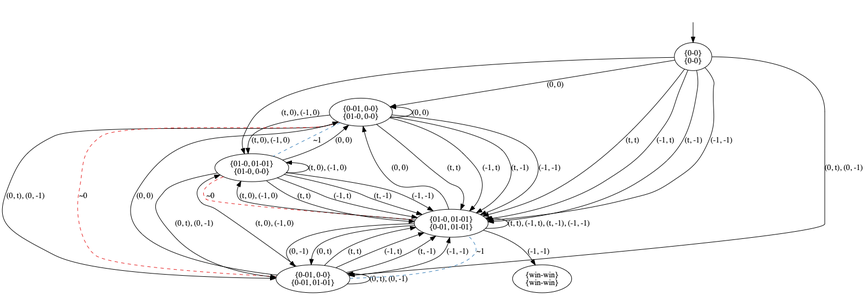
Above: pictures/GK2.png in olandr/mkbsc (Graphviz), before the change. Its source is kept beside it as pictures/GK2.dot.
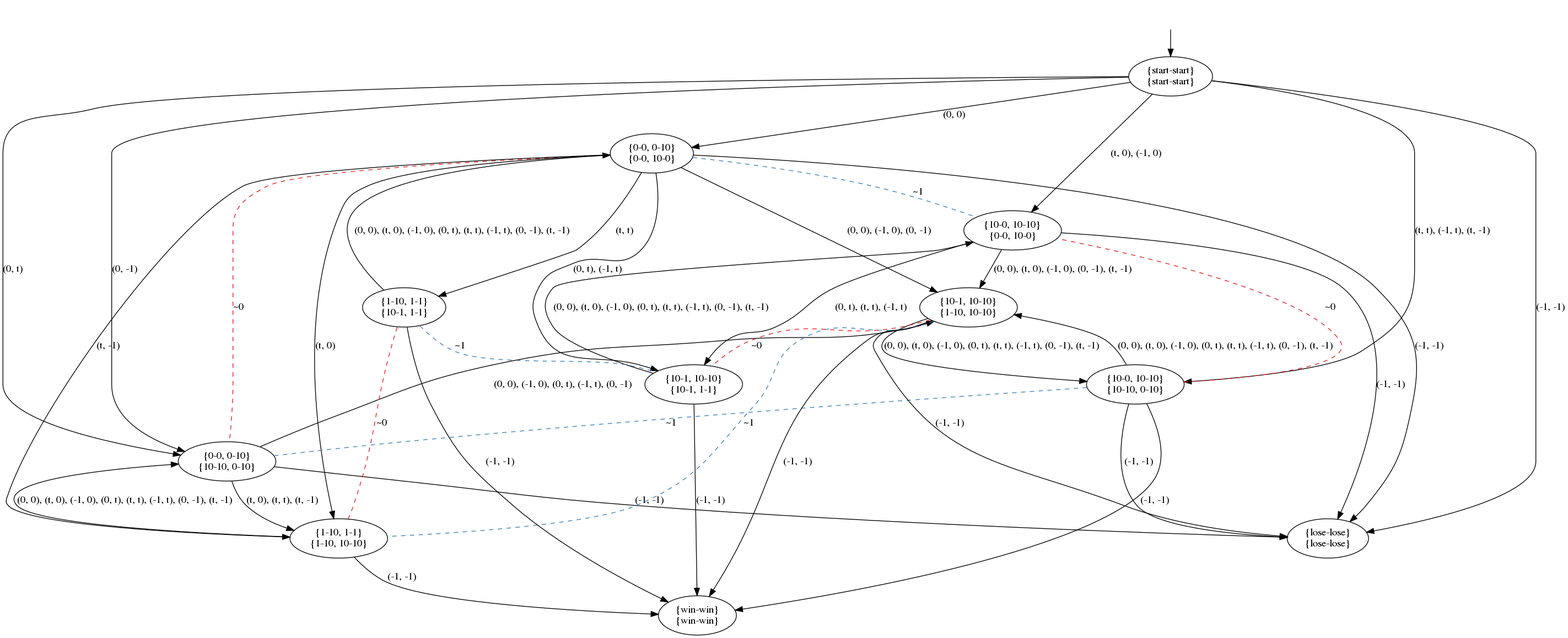
Later version of the same file.

Diff of the diagram source:
```diff
@@ -3,50 +3,55 @@
 nodesep=0.5;
 ranksep=0.5;
 splines=True;
-4586271632 [label="{0-0}\n{0-0}"];
-4586271240 [label="{0-01, 0-0}\n{01-0, 0-0}"];
-4586272472 [label="{01-0, 01-01}\n{01-0, 0-0}"];
-4586271520 [label="{0-01, 0-0}\n{0-01, 01-01}"];
-4586271856 [label="{01-0, 01-01}\n{0-01, 01-01}"];
-4587183016 [label="{win-win}\n{win-win}"];
+140638937694160 [label="{start-start}\n{start-start}"];
+140638937693880 [label="{0-0, 0-10}\n{0-0, 10-0}"];
+140638937694048 [label="{10-0, 10-10}\n{0-0, 10-0}"];
+140638937693656 [label="{0-0, 0-10}\n{10-10, 0-10}"];
+140638937693824 [label="{10-0, 10-10}\n{10-10, 0-10}"];
+140638937690184 [label="{lose-lose}\n{lose-lose}"];
+140638937685912 [label="{10-1, 10-10}\n{1-10, 10-10}"];
+140638937684848 [label="{1-10, 1-1}\n{1-10, 10-10}"];
+140638937684680 [label="{10-1, 10-10}\n{10-1, 1-1}"];
+140638937685688 [label="{1-10, 1-1}\n{10-1, 1-1}"];
+140638937960632 [label="{win-win}\n{win-win}"];
 hidden [label="", shape=none];
-4586271632 -> 4586271240  [action="('0', '0')", key="('0', '0')", label="(0, 0)"];
-4586271632 -> 4586271856  [action="('t', 't')", key="('t', 't')", label="(t, t)"];
-4586271632 -> 4586271856  [action="('-1', 't')", key="('-1', 't')", label="(-1, t)"];
-4586271632 -> 4586271856  [action="('t', '-1')", key="('t', '-1')", label="(t, -1)"];
-4586271632 -> 4586271856  [action="('-1', '-1')", key="('-1', '-1')", label="(-1, -1)"];
-4586271632 -> 4586272472  [action="(('t', '0'), ('-1', '0'))", key="(('t', '0'), ('-1', '0'))", label="(t, 0), (-1, 0)"];
-4586271632 -> 4586271520  [action="(('0', 't'), ('0', '-1'))", key="(('0', 't'), ('0', '-1'))", label="(0, t), (0, -1)"];
-4586271240 -> 4586271240  [action="('0', '0')", dir=back, key="('0', '0')", label="(0, 0)"];
-4586271240 -> 4586271856  [action="('t', 't')", key="('t', 't')", label="(t, t)"];
-4586271240 -> 4586271856  [action="('-1', 't')", key="('-1', 't')", label="(-1, t)"];
-4586271240 -> 4586271856  [action="('t', '-1')", key="('t', '-1')", label="(t, -1)"];
-4586271240 -> 4586271856  [action="('-1', '-1')", key="('-1', '-1')", label="(-1, -1)"];
-4586271240 -> 4586272472  [action="(('t', '0'), ('-1', '0'))", key="(('t', '0'), ('-1', '0'))", label="(t, 0), (-1, 0)"];
-4586271240 -> 4586272472  [arrowhead=none, color=2, colorscheme=set19, constraint=True, key=1, label="~1", style=dashed];
-4586271240 -> 4586271520  [action="(('0', 't'), ('0', '-1'))", key="(('0', 't'), ('0', '-1'))", label="(0, t), (0, -1)"];
-4586271240 -> 4586271520  [arrowhead=none, color=1, colorscheme=set19, constraint=True, key=1, label="~0", style=dashed];
-4586272472 -> 4586271240  [action="('0', '0')", key="('0', '0')", label="(0, 0)"];
-4586272472 -> 4586271856  [action="('t', 't')", key="('t', 't')", label="(t, t)"];
-4586272472 -> 4586271856  [action="('-1', 't')", key="('-1', 't')", label="(-1, t)"];
-4586272472 -> 4586271856  [action="('t', '-1')", key="('t', '-1')", label="(t, -1)"];
-4586272472 -> 4586271856  [action="('-1', '-1')", key="('-1', '-1')", label="(-1, -1)"];
-4586272472 -> 4586271856  [arrowhead=none, color=1, colorscheme=set19, constraint=True, key=4, label="~0", style=dashed];
-4586272472 -> 4586272472  [action="(('t', '0'), ('-1', '0'))", dir=back, key="(('t', '0'), ('-1', '0'))", label="(t, 0), (-1, 0)"];
-4586272472 -> 4586271520  [action="(('0', 't'), ('0', '-1'))", key="(('0', 't'), ('0', '-1'))", label="(0, t), (0, -1)"];
-4586271520 -> 4586271240  [action="('0', '0')", key="('0', '0')", label="(0, 0)"];
-4586271520 -> 4586271856  [action="('t', 't')", key="('t', 't')", label="(t, t)"];
-4586271520 -> 4586271856  [action="('-1', 't')", key="('-1', 't')", label="(-1, t)"];
-4586271520 -> 4586271856  [action="('t', '-1')", key="('t', '-1')", label="(t, -1)"];
-4586271520 -> 4586271856  [action="('-1', '-1')", key="('-1', '-1')", label="(-1, -1)"];
-4586271520 -> 4586271856  [arrowhead=none, color=2, colorscheme=set19, constraint=True, key=4, label="~1", style=dashed];
-4586271520 -> 4586272472  [action="(('t', '0'), ('-1', '0'))", key="(('t', '0'), ('-1', '0'))", label="(t, 0), (-1, 0)"];
-4586271520 -> 4586271520  [action="(('0', 't'), ('0', '-1'))", dir=back, key="(('0', 't'), ('0', '-1'))", label="(0, t), (0, -1)"];
-4586271856 -> 4586271240  [action="('0', '0')", key="('0', '0')", label="(0, 0)"];
-4586271856 -> 4586271520  [action="('0', 't')", key="('0', 't')", label="(0, t)"];
-4586271856 -> 4586271520  [action="('0', '-1')", key="('0', '-1')", label="(0, -1)"];
-4586271856 -> 4587183016  [action="('-1', '-1')", key="('-1', '-1')", label="(-1, -1)"];
-4586271856 -> 4586272472  [action="(('t', '0'), ('-1', '0'))", key="(('t', '0'), ('-1', '0'))", label="(t, 0), (-1, 0)"];
-4586271856 -> 4586271856  [action="(('t', 't'), ('-1', 't'), ('t', '-1'), ('-1', '-1'))", dir=back, key="(('t', 't'), ('-1', 't'), ('t', '-1'), ('-1', '-1'))", label="(t, t), (-1, t), (t, -1), (-1, -1)"];
-hidden -> 4586271632  [key=0];
+140638937694160 -> 140638937693880  [action="('0', '0')", key="('0', '0')", label="(0, 0)"];
+140638937694160 -> 140638937693656  [action="('0', 't')", key="('0', 't')", label="(0, t)"];
+140638937694160 -> 140638937693656  [action="('0', '-1')", key="('0', '-1')", label="(0, -1)"];
+140638937694160 -> 140638937690184  [action="('-1', '-1')", key="('-1', '-1')", label="(-1, -1)"];
+140638937694160 -> 140638937694048  [action="(('t', '0'), ('-1', '0'))", key="(('t', '0'), ('-1', '0'))", label="(t, 0), (-1, 0)"];
+140638937694160 -> 140638937693824  [action="(('t', 't'), ('-1', 't'), ('t', '-1'))", key="(('t', 't'), ('-1', 't'), ('t', '-1'))", label="(t, t), (-1, t), (t, -1)"];
+140638937693880 -> 140638937684848  [action="('t', '0')", key="('t', '0')", label="(t, 0)"];
+140638937693880 -> 140638937684848  [action="('t', '-1')", key="('t', '-1')", label="(t, -1)"];
+140638937693880 -> 140638937685688  [action="('t', 't')", key="('t', 't')", label="(t, t)"];
+140638937693880 -> 140638937690184  [action="('-1', '-1')", key="('-1', '-1')", label="(-1, -1)"];
+140638937693880 -> 140638937685912  [action="(('0', '0'), ('-1', '0'), ('0', '-1'))", key="(('0', '0'), ('-1', '0'), ('0', '-1'))", label="(0, 0), (-1, 0), (0, -1)"];
+140638937693880 -> 140638937684680  [action="(('0', 't'), ('-1', 't'))", key="(('0', 't'), ('-1', 't'))", label="(0, t), (-1, t)"];
+140638937693880 -> 140638937693656  [arrowhead=none, color=1, colorscheme=set19, constraint=True, key=0, label="~0", style=dashed];
+140638937693880 -> 140638937694048  [arrowhead=none, color=2, colorscheme=set19, constraint=True, key=0, label="~1", style=dashed];
+140638937694048 -> 140638937690184  [action="('-1', '-1')", key="('-1', '-1')", label="(-1, -1)"];
+140638937694048 -> 140638937685912  [action="(('0', '0'), ('t', '0'), ('-1', '0'), ('0', '-1'), ('t', '-1'))", key="(('0', '0'), ('t', '0'), ('-1', '0'), ('0', '-1'), ('t', '-1'))", label="(0, 0), (t, 0), (-1, 0), (0, -1), (t, -1)"];
+140638937694048 -> 140638937684680  [action="(('0', 't'), ('t', 't'), ('-1', 't'))", key="(('0', 't'), ('t', 't'), ('-1', 't'))", label="(0, t), (t, t), (-1, t)"];
+140638937693656 -> 140638937690184  [action="('-1', '-1')", key="('-1', '-1')", label="(-1, -1)"];
+140638937693656 -> 140638937685912  [action="(('0', '0'), ('-1', '0'), ('0', 't'), ('-1', 't'), ('0', '-1'))", key="(('0', '0'), ('-1', '0'), ('0', 't'), ('-1', 't'), ('0', '-1'))", label="(0, 0), (-1, 0), (0, t), (-1, t), (0, -1)"];
+140638937693656 -> 140638937684848  [action="(('t', '0'), ('t', 't'), ('t', '-1'))", key="(('t', '0'), ('t', 't'), ('t', '-1'))", label="(t, 0), (t, t), (t, -1)"];
+140638937693824 -> 140638937690184  [action="('-1', '-1')", key="('-1', '-1')", label="(-1, -1)"];
+140638937693824 -> 140638937960632  [action="('-1', '-1')", key="('-1', '-1')", label="(-1, -1)"];
+140638937693824 -> 140638937685912  [action="(('0', '0'), ('t', '0'), ('-1', '0'), ('0', 't'), ('t', 't'), ('-1', 't'), ('0', '-1'), ('t', '-1'))", key="(('0', '0'), ('t', '0'), ('-1', '0'), ('0', 't'), ('t', 't'), ('-1', 't'), ('0', '-1'), ('t', '-1'))", label="(0, 0), (t, 0), (-1, 0), (0, t), (t, t), (-1, t), (0, -1), (t, -1)"];
+140638937693824 -> 140638937694048  [arrowhead=none, color=1, colorscheme=set19, constraint=True, key=0, label="~0", style=dashed];
+140638937693824 -> 140638937693656  [arrowhead=none, color=2, colorscheme=set19, constraint=True, key=0, label="~1", style=dashed];
+140638937685912 -> 140638937690184  [action="('-1', '-1')", key="('-1', '-1')", label="(-1, -1)"];
+140638937685912 -> 140638937960632  [action="('-1', '-1')", key="('-1', '-1')", label="(-1, -1)"];
+140638937685912 -> 140638937693824  [action="(('0', '0'), ('t', '0'), ('-1', '0'), ('0', 't'), ('t', 't'), ('-1', 't'), ('0', '-1'), ('t', '-1'))", key="(('0', '0'), ('t', '0'), ('-1', '0'), ('0', 't'), ('t', 't'), ('-1', 't'), ('0', '-1'), ('t', '-1'))", label="(0, 0), (t, 0), (-1, 0), (0, t), (t, t), (-1, t), (0, -1), (t, -1)"];
+140638937685912 -> 140638937684680  [arrowhead=none, color=1, colorscheme=set19, constraint=True, key=0, label="~0", style=dashed];
+140638937685912 -> 140638937684848  [arrowhead=none, color=2, colorscheme=set19, constraint=True, key=0, label="~1", style=dashed];
+140638937684848 -> 140638937960632  [action="('-1', '-1')", key="('-1', '-1')", label="(-1, -1)"];
+140638937684848 -> 140638937693656  [action="(('0', '0'), ('t', '0'), ('-1', '0'), ('0', 't'), ('t', 't'), ('-1', 't'), ('0', '-1'), ('t', '-1'))", key="(('0', '0'), ('t', '0'), ('-1', '0'), ('0', 't'), ('t', 't'), ('-1', 't'), ('0', '-1'), ('t', '-1'))", label="(0, 0), (t, 0), (-1, 0), (0, t), (t, t), (-1, t), (0, -1), (t, -1)"];
+140638937684680 -> 140638937960632  [action="('-1', '-1')", key="('-1', '-1')", label="(-1, -1)"];
+140638937684680 -> 140638937694048  [action="(('0', '0'), ('t', '0'), ('-1', '0'), ('0', 't'), ('t', 't'), ('-1', 't'), ('0', '-1'), ('t', '-1'))", key="(('0', '0'), ('t', '0'), ('-1', '0'), ('0', 't'), ('t', 't'), ('-1', 't'), ('0', '-1'), ('t', '-1'))", label="(0, 0), (t, 0), (-1, 0), (0, t), (t, t), (-1, t), (0, -1), (t, -1)"];
+140638937685688 -> 140638937960632  [action="('-1', '-1')", key="('-1', '-1')", label="(-1, -1)"];
+140638937685688 -> 140638937693880  [action="(('0', '0'), ('t', '0'), ('-1', '0'), ('0', 't'), ('t', 't'), ('-1', 't'), ('0', '-1'), ('t', '-1'))", key="(('0', '0'), ('t', '0'), ('-1', '0'), ('0', 't'), ('t', 't'), ('-1', 't'), ('0', '-1'), ('t', '-1'))", label="(0, 0), (t, 0), (-1, 0), (0, t), (t, t), (-1, t), (0, -1), (t, -1)"];
+140638937685688 -> 140638937684848  [arrowhead=none, color=1, colorscheme=set19, constraint=True, key=0, label="~0", style=dashed];
+140638937685688 -> 140638937684680  [arrowhead=none, color=2, colorscheme=set19, constraint=True, key=0, label="~1", style=dashed];
+hidden -> 140638937694160  [key=0];
 }
```
